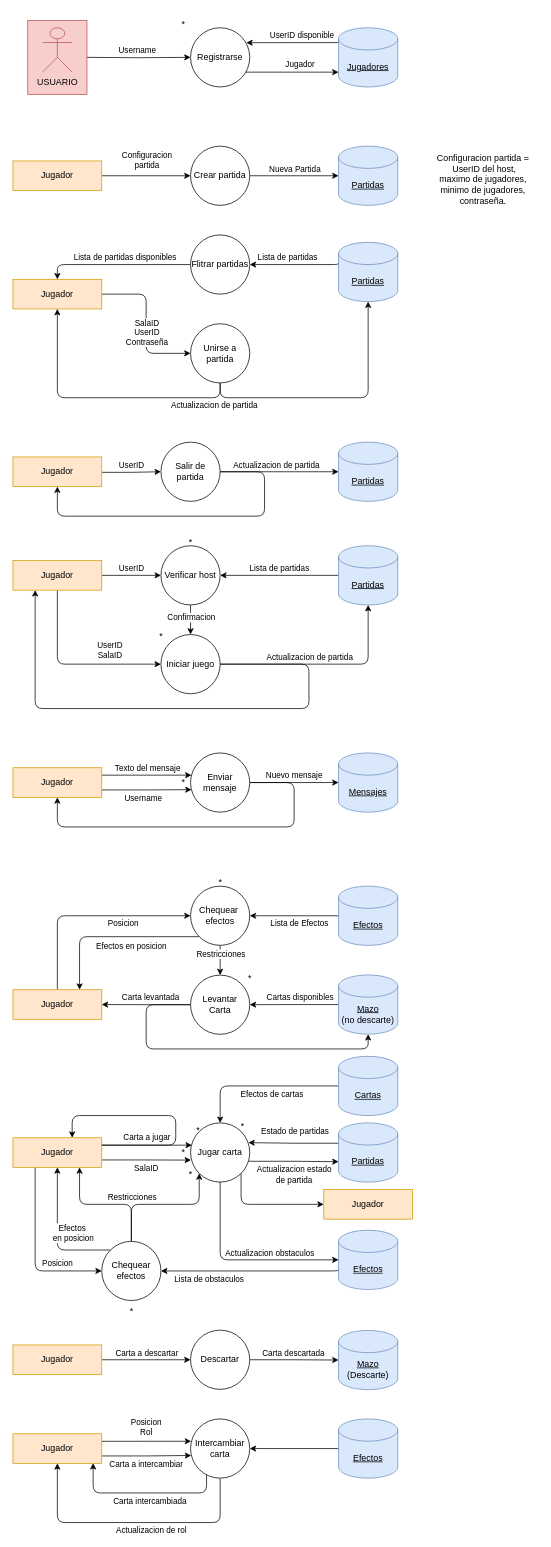
Above: page "Página-3" (3 of 3) of Diagrama sin título.drawio in PedroSalas216/Ingenieria-SW-1 (draw.io), before the change. Source tidied: cells renumbered, new cells numbered last; positions are measured from the earlier drawing's top-left corner, leaving out a move shared by most shapes. Both pictures are drawn from the tidied source at 74%, with x=0, y=0 at pixel (13, 13).
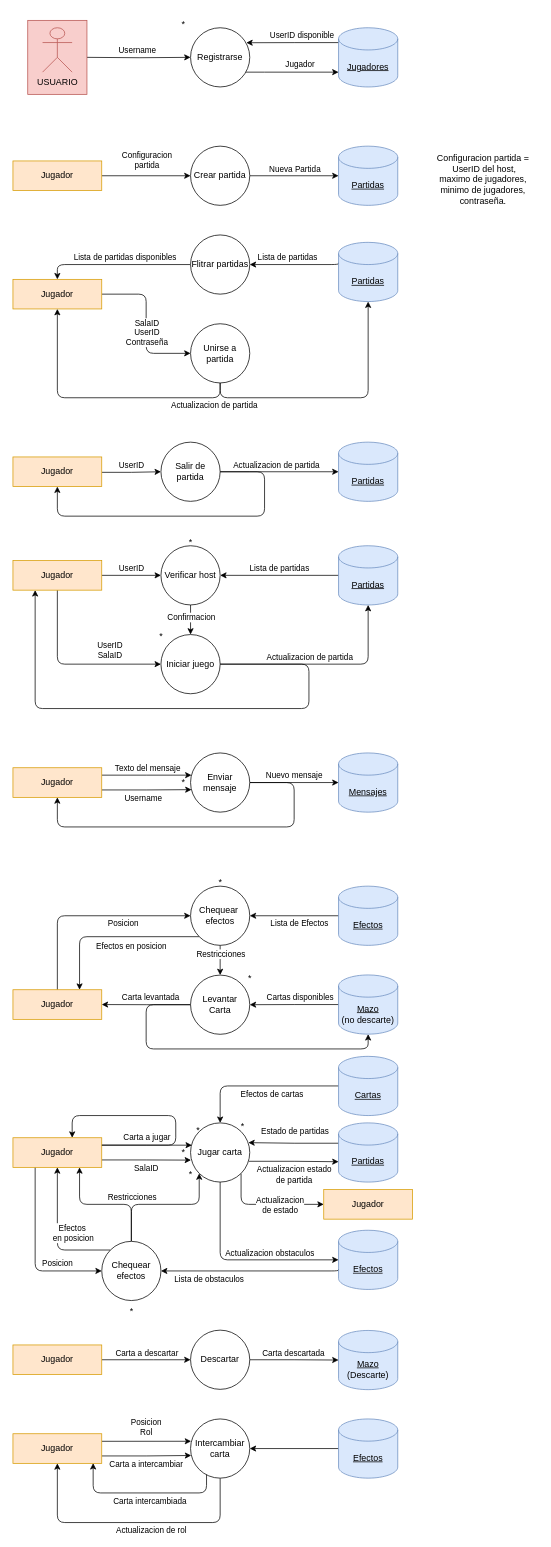
The same diagram, later.

Commit message:
Actualizacion dfd

Unchanged cells that the change refers to:
```xml
<mxCell id="93" style="edgeStyle=orthogonalEdgeStyle;rounded=1;jettySize=auto;html=1;exitX=1;exitY=1;exitDx=0;exitDy=0;entryX=0;entryY=0.5;entryDx=0;entryDy=0;" parent="1" edge="1" source="94" target="139">
  <mxGeometry relative="1" as="geometry">
    <Array as="points">
      <mxPoint x="308" y="1610" />
    </Array>
  </mxGeometry>
</mxCell>
```

Change to the diagram source:
```diff
@@
+    <mxCell id="140" value="Actualizacion &lt;br&gt;de estado" style="edgeLabel;html=1;align=center;verticalAlign=middle;" parent="93" vertex="1">
+      <mxGeometry x="0.43" y="-1" relative="1" as="geometry">
+        <mxPoint x="-16" y="-1" as="offset" />
+      </mxGeometry>
+    </mxCell>
```
